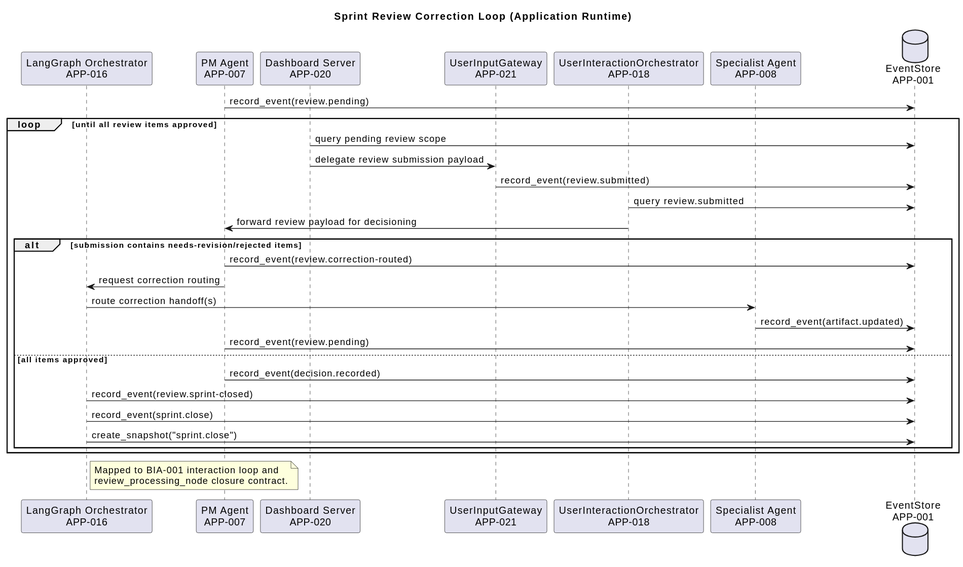
This is engagements/ENG-001/work-repositories/architecture-repository/diagram-catalog/rendered/runtime-sequence-sprint-review-correction-loop-v1.svg from mbauer83/sdlc-multi-agent-system, a PlantUML export, as it was before one commit.
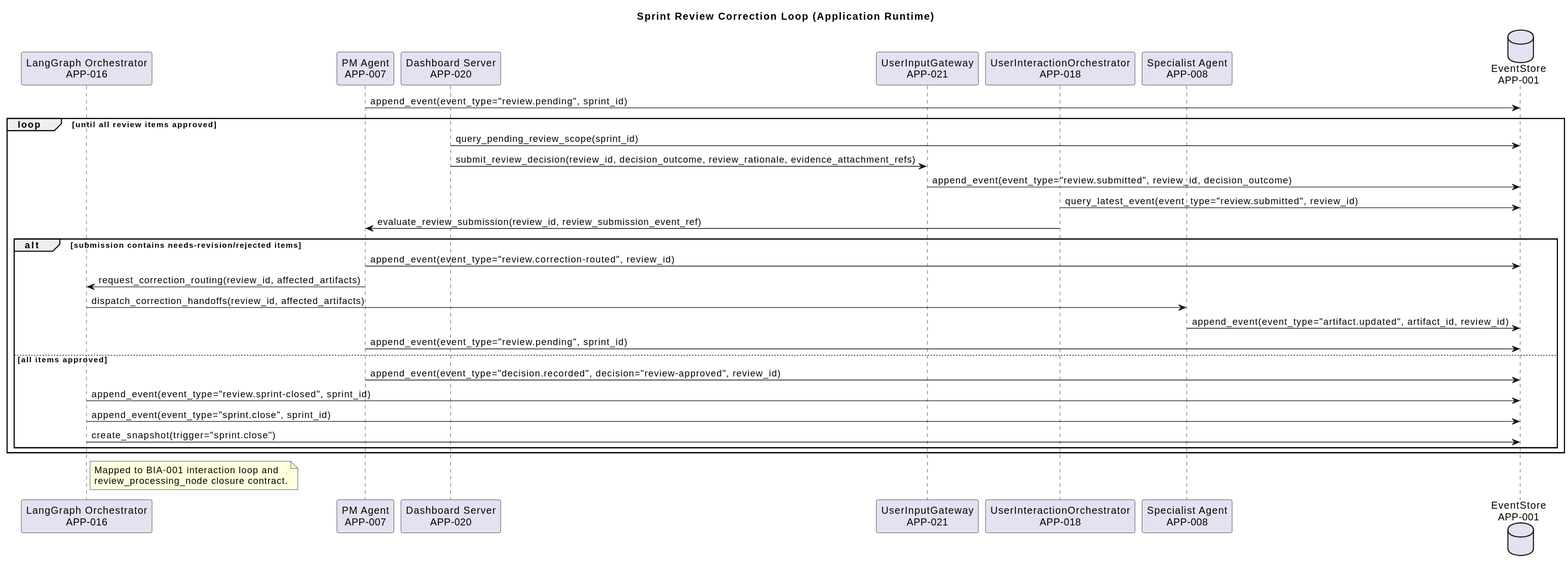
After the commit.

Change to the diagram source:
```diff
@@ -9,26 +9,26 @@
 participant "Specialist Agent\nAPP-008" as APP_008
 database "EventStore\nAPP-001" as APP_001
 
-APP_007 -> APP_001: record_event(review.pending)
+APP_007 -> APP_001: append_event(event_type="review.pending", sprint_id)
 
 loop until all review items approved
-  APP_020 -> APP_001: query pending review scope
-  APP_020 -> APP_021: delegate review submission payload
-  APP_021 -> APP_001: record_event(review.submitted)
-  APP_018 -> APP_001: query review.submitted
-  APP_018 -> APP_007: forward review payload for decisioning
+  APP_020 -> APP_001: query_pending_review_scope(sprint_id)
+  APP_020 -> APP_021: submit_review_decision(review_id, decision_outcome, review_rationale, evidence_attachment_refs)
+  APP_021 -> APP_001: append_event(event_type="review.submitted", review_id, decision_outcome)
+  APP_018 -> APP_001: query_latest_event(event_type="review.submitted", review_id)
+  APP_018 -> APP_007: evaluate_review_submission(review_id, review_submission_event_ref)
 
   alt submission contains needs-revision/rejected items
-    APP_007 -> APP_001: record_event(review.correction-routed)
-    APP_007 -> APP_016: request correction routing
-    APP_016 -> APP_008: route correction handoff(s)
-    APP_008 -> APP_001: record_event(artifact.updated)
-    APP_007 -> APP_001: record_event(review.pending)
+    APP_007 -> APP_001: append_event(event_type="review.correction-routed", review_id)
+    APP_007 -> APP_016: request_correction_routing(review_id, affected_artifacts)
+    APP_016 -> APP_008: dispatch_correction_handoffs(review_id, affected_artifacts)
+    APP_008 -> APP_001: append_event(event_type="artifact.updated", artifact_id, review_id)
+    APP_007 -> APP_001: append_event(event_type="review.pending", sprint_id)
   else all items approved
-    APP_007 -> APP_001: record_event(decision.recorded)
-    APP_016 -> APP_001: record_event(review.sprint-closed)
-    APP_016 -> APP_001: record_event(sprint.close)
-    APP_016 -> APP_001: create_snapshot("sprint.close")
+    APP_007 -> APP_001: append_event(event_type="decision.recorded", decision="review-approved", review_id)
+    APP_016 -> APP_001: append_event(event_type="review.sprint-closed", sprint_id)
+    APP_016 -> APP_001: append_event(event_type="sprint.close", sprint_id)
+    APP_016 -> APP_001: create_snapshot(trigger="sprint.close")
   end
 end
 
```
